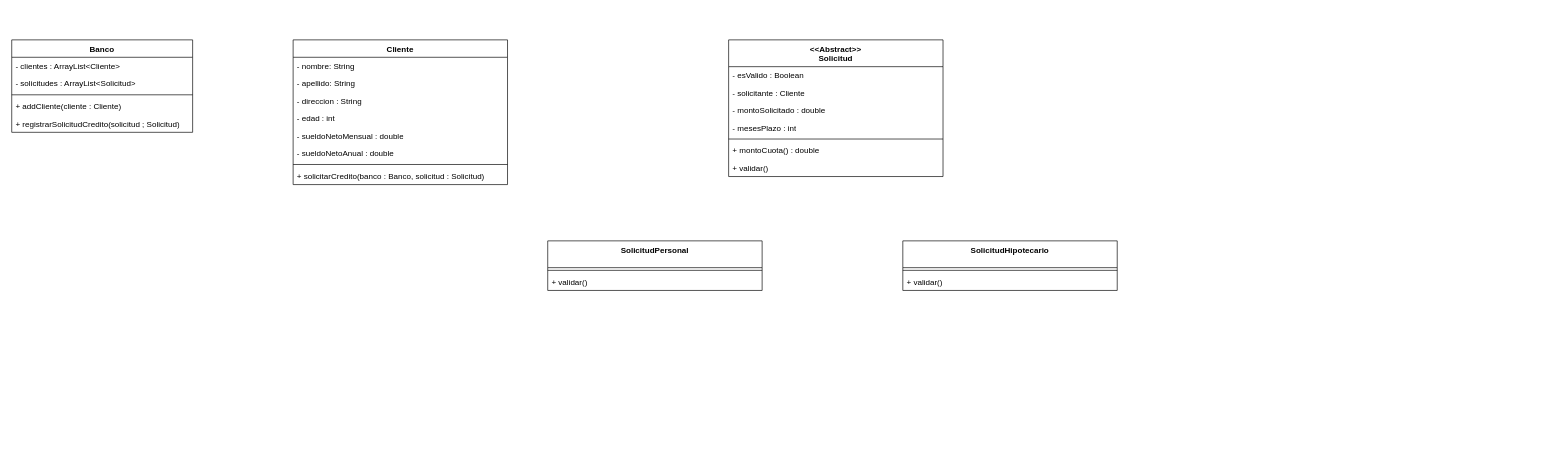
This is src/ar/edu/unq/po2/tp6/Diagrama sin título.drawio from Medina-Ivan-Angel/unqui-po2-medina, a draw.io file, before an edit. Source tidied: cells renumbered, new cells numbered last; positions are measured from the earlier drawing's top-left corner, leaving out a move shared by most shapes. Both pictures are drawn from the tidied source at 67%, with x=0, y=0 at pixel (11, 40).
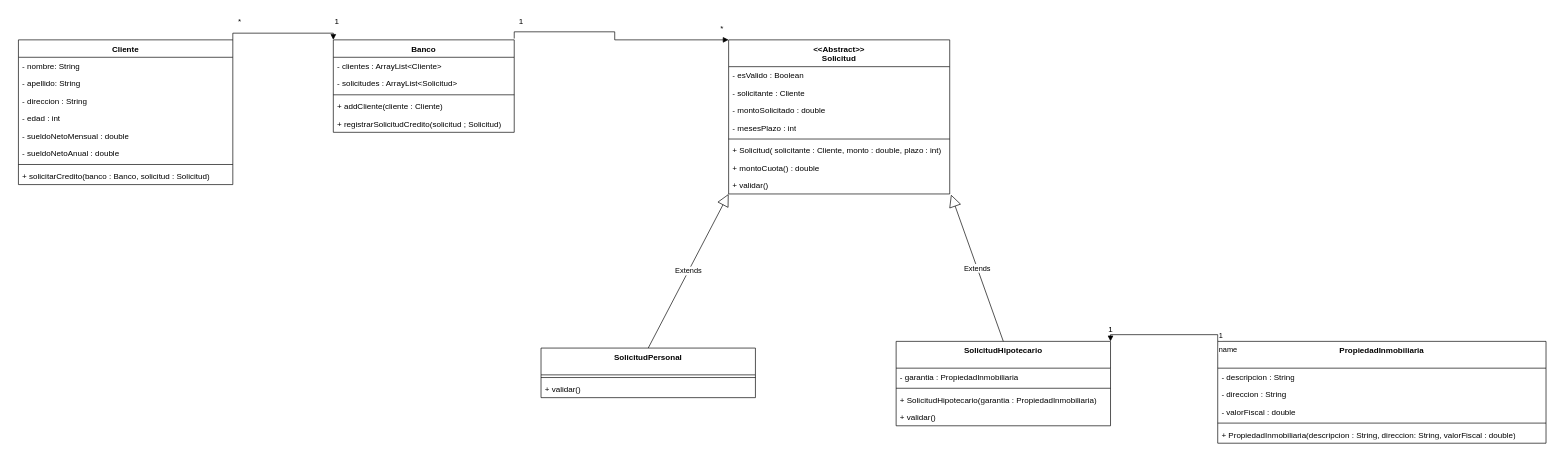
The same diagram, later.

The edit, as a diff of the source:
```diff
@@
     <mxCell id="2" value="Banco" style="swimlane;fontStyle=1;align=center;verticalAlign=top;horizontal=1;startSize=26;whiteSpace=wrap;html=1;" parent="1" vertex="1">
-      <mxGeometry width="270" height="138" as="geometry" />
+      <mxGeometry x="480" width="270" height="138" as="geometry" />
     </mxCell>
@@
     <mxCell id="8" value="Cliente" style="swimlane;fontStyle=1;align=center;verticalAlign=top;horizontal=1;startSize=26;whiteSpace=wrap;html=1;" parent="1" vertex="1">
-      <mxGeometry x="420" width="320" height="216" as="geometry" />
+      <mxGeometry x="10" width="320" height="216" as="geometry" />
     </mxCell>
@@
     <mxCell id="17" value="&lt;div&gt;&amp;lt;&amp;lt;Abstract&amp;gt;&amp;gt;&lt;/div&gt;&lt;div&gt;Solicitud&lt;/div&gt;&lt;div&gt;&lt;br&gt;&lt;/div&gt;" style="swimlane;fontStyle=1;align=center;verticalAlign=top;horizontal=1;startSize=40;whiteSpace=wrap;html=1;" parent="1" vertex="1">
-      <mxGeometry x="1070" width="320" height="204" as="geometry" />
+      <mxGeometry x="1070" width="330" height="230" as="geometry" />
     </mxCell>
     <mxCell id="18" value="- esValido : Boolean" style="text;strokeColor=none;fillColor=none;align=left;verticalAlign=top;spacingLeft=4;spacingRight=4;overflow=hidden;whiteSpace=wrap;html=1;" parent="17" vertex="1">
-      <mxGeometry y="40" width="320" height="26" as="geometry" />
+      <mxGeometry y="40" width="330" height="26" as="geometry" />
     </mxCell>
     <mxCell id="19" value="- solicitante : Cliente" style="text;strokeColor=none;fillColor=none;align=left;verticalAlign=top;spacingLeft=4;spacingRight=4;overflow=hidden;whiteSpace=wrap;html=1;" parent="17" vertex="1">
-      <mxGeometry y="66" width="320" height="26" as="geometry" />
+      <mxGeometry y="66" width="330" height="26" as="geometry" />
     </mxCell>
     <mxCell id="20" value="- montoSolicitado : double" style="text;strokeColor=none;fillColor=none;align=left;verticalAlign=top;spacingLeft=4;spacingRight=4;overflow=hidden;whiteSpace=wrap;html=1;" parent="17" vertex="1">
-      <mxGeometry y="92" width="320" height="26" as="geometry" />
+      <mxGeometry y="92" width="330" height="26" as="geometry" />
     </mxCell>
     <mxCell id="21" value="- mesesPlazo : int" style="text;strokeColor=none;fillColor=none;align=left;verticalAlign=top;spacingLeft=4;spacingRight=4;overflow=hidden;whiteSpace=wrap;html=1;" parent="17" vertex="1">
-      <mxGeometry y="118" width="320" height="26" as="geometry" />
+      <mxGeometry y="118" width="330" height="26" as="geometry" />
     </mxCell>
     <mxCell id="22" style="line;strokeWidth=1;fillColor=none;align=left;verticalAlign=middle;spacingTop=-1;spacingLeft=3;spacingRight=3;labelPosition=right;strokeColor=inherit;" parent="17" vertex="1">
-      <mxGeometry y="144" width="320" height="8" as="geometry" />
+      <mxGeometry y="144" width="330" height="8" as="geometry" />
     </mxCell>
+    <mxCell id="31" value="+ Solicitud( solicitante : Cliente, monto : double, plazo : int)" style="text;strokeColor=none;fillColor=none;align=left;verticalAlign=top;spacingLeft=4;spacingRight=4;overflow=hidden;whiteSpace=wrap;html=1;" parent="17" vertex="1">
+      <mxGeometry y="152" width="330" height="26" as="geometry" />
+    </mxCell>
     <mxCell id="23" value="&lt;div&gt;+ montoCuota() : double&lt;/div&gt;" style="text;strokeColor=none;fillColor=none;align=left;verticalAlign=top;spacingLeft=4;spacingRight=4;overflow=hidden;whiteSpace=wrap;html=1;" parent="17" vertex="1">
-      <mxGeometry y="152" width="320" height="26" as="geometry" />
+      <mxGeometry y="178" width="330" height="26" as="geometry" />
     </mxCell>
     <mxCell id="24" value="+ validar()" style="text;strokeColor=none;fillColor=none;align=left;verticalAlign=top;spacingLeft=4;spacingRight=4;overflow=hidden;points=[[0,0.5],[1,0.5]];portConstraint=eastwest;whiteSpace=wrap;html=1;" parent="17" vertex="1">
-      <mxGeometry y="178" width="320" height="26" as="geometry" />
+      <mxGeometry y="204" width="330" height="26" as="geometry" />
     </mxCell>
     <mxCell id="25" value="SolicitudPersonal" style="swimlane;fontStyle=1;align=center;verticalAlign=top;horizontal=1;startSize=40;whiteSpace=wrap;html=1;" parent="1" vertex="1">
-      <mxGeometry x="800" y="300" width="320" height="74" as="geometry" />
+      <mxGeometry x="790" y="460" width="320" height="74" as="geometry" />
     </mxCell>
@@
     <mxCell id="28" value="SolicitudHipotecario" style="swimlane;fontStyle=1;align=center;verticalAlign=top;horizontal=1;startSize=40;whiteSpace=wrap;html=1;" parent="1" vertex="1">
-      <mxGeometry x="1330" y="300" width="320" height="74" as="geometry" />
+      <mxGeometry x="1320" y="450" width="320" height="126" as="geometry" />
     </mxCell>
+    <mxCell id="32" value="&lt;div&gt;- garantia : PropiedadInmobiliaria&lt;/div&gt;&lt;div&gt;&lt;br&gt;&lt;/div&gt;" style="text;strokeColor=none;fillColor=none;align=left;verticalAlign=top;spacingLeft=4;spacingRight=4;overflow=hidden;whiteSpace=wrap;html=1;" parent="28" vertex="1">
+      <mxGeometry y="40" width="320" height="26" as="geometry" />
+    </mxCell>
     <mxCell id="29" style="line;strokeWidth=1;fillColor=none;align=left;verticalAlign=middle;spacingTop=-1;spacingLeft=3;spacingRight=3;labelPosition=right;strokeColor=inherit;" parent="28" vertex="1">
-      <mxGeometry y="40" width="320" height="8" as="geometry" />
+      <mxGeometry y="66" width="320" height="8" as="geometry" />
     </mxCell>
-    <mxCell id="30" value="+ validar()" style="text;strokeColor=none;fillColor=none;align=left;verticalAlign=top;spacingLeft=4;spacingRight=4;overflow=hidden;whiteSpace=wrap;html=1;" parent="28" vertex="1">
-      <mxGeometry y="48" width="320" height="26" as="geometry" />
+    <mxCell id="30" value="+ SolicitudHipotecario(garantia : PropiedadInmobiliaria)" style="text;strokeColor=none;fillColor=none;align=left;verticalAlign=top;spacingLeft=4;spacingRight=4;overflow=hidden;whiteSpace=wrap;html=1;" parent="28" vertex="1">
+      <mxGeometry y="74" width="320" height="26" as="geometry" />
     </mxCell>
+    <mxCell id="33" value="+ validar()" style="text;strokeColor=none;fillColor=none;align=left;verticalAlign=top;spacingLeft=4;spacingRight=4;overflow=hidden;whiteSpace=wrap;html=1;" parent="28" vertex="1">
+      <mxGeometry y="100" width="320" height="26" as="geometry" />
+    </mxCell>
+    <mxCell id="34" value="PropiedadInmobiliaria" style="swimlane;fontStyle=1;align=center;verticalAlign=top;horizontal=1;startSize=40;whiteSpace=wrap;html=1;" parent="1" vertex="1">
+      <mxGeometry x="1800" y="450" width="490" height="152" as="geometry" />
+    </mxCell>
+    <mxCell id="35" value="&lt;div&gt;- descripcion : String&lt;/div&gt;" style="text;strokeColor=none;fillColor=none;align=left;verticalAlign=top;spacingLeft=4;spacingRight=4;overflow=hidden;whiteSpace=wrap;html=1;" parent="34" vertex="1">
+      <mxGeometry y="40" width="490" height="26" as="geometry" />
+    </mxCell>
+    <mxCell id="36" value="&lt;div&gt;- direccion : String&lt;/div&gt;" style="text;strokeColor=none;fillColor=none;align=left;verticalAlign=top;spacingLeft=4;spacingRight=4;overflow=hidden;whiteSpace=wrap;html=1;" parent="34" vertex="1">
+      <mxGeometry y="66" width="490" height="26" as="geometry" />
+    </mxCell>
+    <mxCell id="37" value="&lt;div&gt;- valorFiscal : double&lt;br&gt;&lt;/div&gt;" style="text;strokeColor=none;fillColor=none;align=left;verticalAlign=top;spacingLeft=4;spacingRight=4;overflow=hidden;whiteSpace=wrap;html=1;" parent="34" vertex="1">
+      <mxGeometry y="92" width="490" height="26" as="geometry" />
+    </mxCell>
+    <mxCell id="38" style="line;strokeWidth=1;fillColor=none;align=left;verticalAlign=middle;spacingTop=-1;spacingLeft=3;spacingRight=3;labelPosition=right;strokeColor=inherit;" parent="34" vertex="1">
+      <mxGeometry y="118" width="490" height="8" as="geometry" />
+    </mxCell>
+    <mxCell id="39" value="+ PropiedadInmobiliaria(descripcion : String, direccion: String, valorFiscal : double)" style="text;strokeColor=none;fillColor=none;align=left;verticalAlign=top;spacingLeft=4;spacingRight=4;overflow=hidden;whiteSpace=wrap;html=1;" parent="34" vertex="1">
+      <mxGeometry y="126" width="490" height="26" as="geometry" />
+    </mxCell>
+    <mxCell id="40" value="Extends" style="endArrow=block;endSize=16;endFill=0;html=1;rounded=0;entryX=0;entryY=1;entryDx=0;entryDy=0;exitX=0.5;exitY=0;exitDx=0;exitDy=0;" parent="1" edge="1" source="25" target="17">
+      <mxGeometry relative="1" as="geometry" />
+    </mxCell>
+    <mxCell id="41" value="Extends" style="endArrow=block;endSize=16;endFill=0;html=1;rounded=0;entryX=1.006;entryY=1.038;entryDx=0;entryDy=0;entryPerimeter=0;exitX=0.5;exitY=0;exitDx=0;exitDy=0;" parent="1" edge="1" source="28" target="24">
+      <mxGeometry relative="1" as="geometry" />
+    </mxCell>
+    <mxCell id="42" value="name" style="endArrow=block;endFill=1;html=1;edgeStyle=orthogonalEdgeStyle;align=left;verticalAlign=top;rounded=0;entryX=1;entryY=0;entryDx=0;entryDy=0;exitX=0;exitY=0;exitDx=0;exitDy=0;" parent="1" edge="1" source="34" target="28">
+      <mxGeometry x="-1" relative="1" as="geometry" />
+    </mxCell>
+    <mxCell id="43" value="1" style="edgeLabel;html=1;align=left;verticalAlign=bottom;" parent="42" vertex="1">
+      <mxGeometry x="-1" relative="1" as="geometry" />
+    </mxCell>
+    <mxCell id="44" value="1" style="text;html=1;align=center;verticalAlign=middle;strokeColor=none;fillColor=none;" parent="1" vertex="1">
+      <mxGeometry x="1625" y="418" width="30" height="30" as="geometry" />
+    </mxCell>
+    <mxCell id="45" style="endArrow=block;endFill=1;html=1;edgeStyle=orthogonalEdgeStyle;align=left;verticalAlign=top;rounded=0;entryX=0;entryY=0;entryDx=0;entryDy=0;exitX=1;exitY=0;exitDx=0;exitDy=0;" parent="1" edge="1" source="8" target="2">
+      <mxGeometry x="-1" relative="1" as="geometry">
+        <Array as="points">
+          <mxPoint x="330" y="-10" />
+          <mxPoint x="480" y="-10" />
+        </Array>
+      </mxGeometry>
+    </mxCell>
+    <mxCell id="46" value="*" style="text;html=1;align=center;verticalAlign=middle;strokeColor=none;fillColor=none;" parent="1" vertex="1">
+      <mxGeometry x="325" y="-42" width="30" height="30" as="geometry" />
+    </mxCell>
+    <mxCell id="47" value="1" style="text;html=1;align=center;verticalAlign=middle;strokeColor=none;fillColor=none;" parent="1" vertex="1">
+      <mxGeometry x="470" y="-42" width="30" height="30" as="geometry" />
+    </mxCell>
+    <mxCell id="48" style="endArrow=block;endFill=1;html=1;edgeStyle=orthogonalEdgeStyle;align=left;verticalAlign=top;rounded=0;entryX=0;entryY=0;entryDx=0;entryDy=0;exitX=1;exitY=0;exitDx=0;exitDy=0;" parent="1" edge="1" target="17">
+      <mxGeometry x="-1" relative="1" as="geometry">
+        <mxPoint x="750" y="-2" as="sourcePoint" />
+        <Array as="points">
+          <mxPoint x="750" y="-12" />
+          <mxPoint x="900" y="-12" />
+          <mxPoint x="900" />
+        </Array>
+      </mxGeometry>
+    </mxCell>
+    <mxCell id="49" value="1" style="text;html=1;align=center;verticalAlign=middle;strokeColor=none;fillColor=none;" parent="1" vertex="1">
+      <mxGeometry x="745" y="-42" width="30" height="30" as="geometry" />
+    </mxCell>
+    <mxCell id="50" value="*" style="text;html=1;align=center;verticalAlign=middle;strokeColor=none;fillColor=none;" parent="1" vertex="1">
+      <mxGeometry x="1045" y="-32" width="30" height="30" as="geometry" />
+    </mxCell>
```
